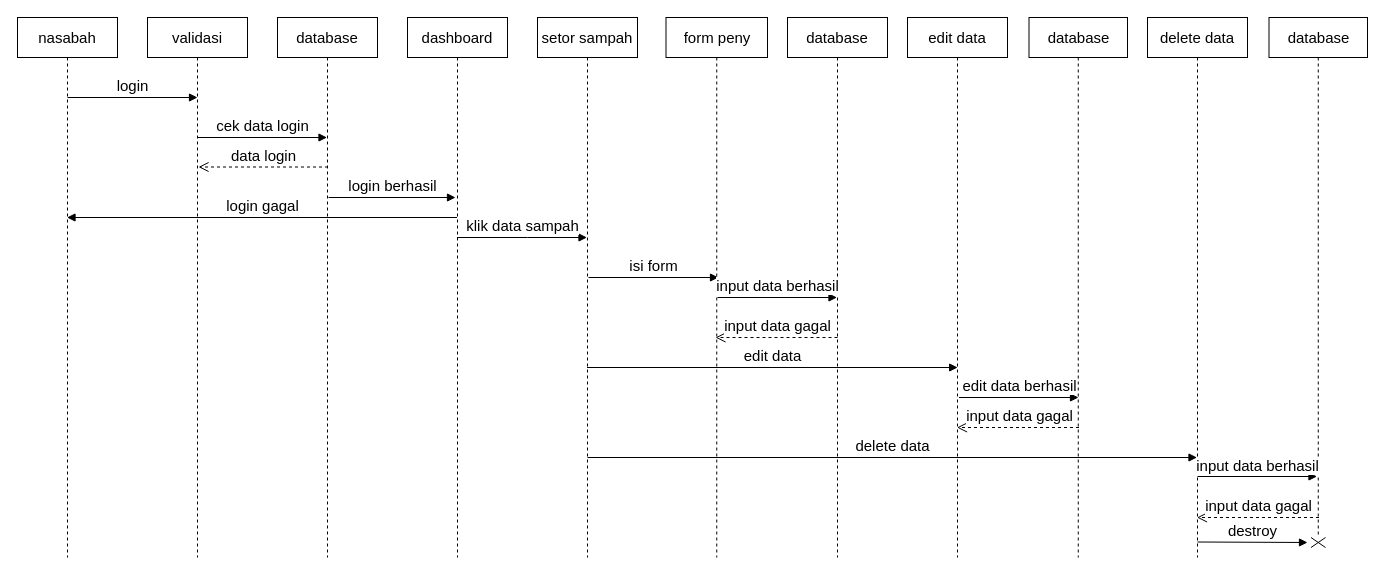
Above: page "sequence nasabah melakukan setor sampah" (9 of 12) of Untitled Diagram.drawio in dreamergirl01/uml_bankSampah (draw.io), before the change. Source tidied: cells renumbered, new cells numbered last; positions are measured from the earlier drawing's top-left corner, leaving out a move shared by most shapes. Both pictures are drawn from the tidied source at 100%, with x=0, y=0 at pixel (17, 17).
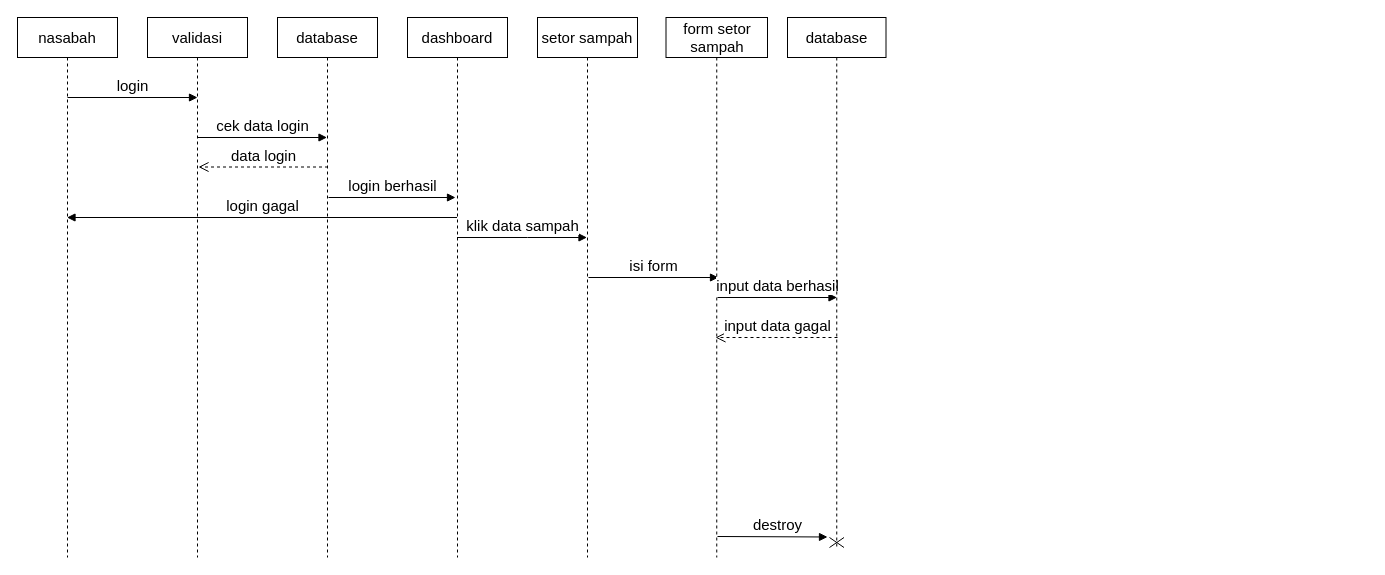
After the change.

Commit message:
activity diagram bank sampah.drawio

Unchanged cells that the change refers to:
```xml
<mxCell id="6" value="setor sampah" style="shape=umlLifeline;perimeter=lifelinePerimeter;whiteSpace=wrap;html=1;outlineConnect=0;portConstraint=eastwest;newEdgeStyle={&quot;curved&quot;:0,&quot;rounded&quot;:0};fontSize=15;" parent="1" vertex="1">
  <mxGeometry x="520" width="100" height="540" as="geometry" />
</mxCell>
```

What changed in the source:
```diff
@@
     <mxCell id="14" value="destroy" style="html=1;verticalAlign=bottom;endArrow=block;curved=0;rounded=0;fontSize=15;exitX=0.5;exitY=1;exitDx=0;exitDy=0;exitPerimeter=0;" parent="1" edge="1">
-      <mxGeometry relative="1" as="geometry">
-        <mxPoint x="1180" y="524.5" as="sourcePoint" />
-        <mxPoint x="1290" y="525" as="targetPoint" />
+      <mxGeometry x="0.09" relative="1" as="geometry">
+        <mxPoint x="700" y="519" as="sourcePoint" />
+        <mxPoint x="810" y="519.5" as="targetPoint" />
       </mxGeometry>
     </mxCell>
-    <mxCell id="15" value="form peny" style="shape=umlLifeline;perimeter=lifelinePerimeter;whiteSpace=wrap;html=1;newEdgeStyle={&quot;curved&quot;:0,&quot;rounded&quot;:0};fontSize=15;" parent="1" vertex="1">
+    <mxCell id="15" value="form setor sampah" style="shape=umlLifeline;perimeter=lifelinePerimeter;whiteSpace=wrap;html=1;newEdgeStyle={&quot;curved&quot;:0,&quot;rounded&quot;:0};fontSize=15;" parent="1" vertex="1">
       <mxGeometry x="648.5" width="101.5" height="540" as="geometry" />
     </mxCell>
-    <mxCell id="16" value="database" style="shape=umlLifeline;perimeter=lifelinePerimeter;whiteSpace=wrap;html=1;outlineConnect=0;portConstraint=eastwest;newEdgeStyle={&quot;curved&quot;:0,&quot;rounded&quot;:0};fontSize=15;" parent="1" vertex="1">
-      <mxGeometry x="770" width="100" height="540" as="geometry" />
-    </mxCell>
-    <mxCell id="17" value="input data berhasil" style="html=1;verticalAlign=bottom;endArrow=block;curved=0;rounded=0;fontSize=15;" parent="1" edge="1" target="16">
+    <mxCell id="17" value="input data berhasil" style="html=1;verticalAlign=bottom;endArrow=block;curved=0;rounded=0;fontSize=15;" parent="1" edge="1">
       <mxGeometry relative="1" as="geometry">
         <mxPoint x="700" y="280" as="sourcePoint" />
+        <mxPoint x="819.5" y="280" as="targetPoint" />
       </mxGeometry>
     </mxCell>
@@
+    <mxCell id="26" value="database" style="shape=umlLifeline;perimeter=lifelinePerimeter;whiteSpace=wrap;html=1;newEdgeStyle={&quot;curved&quot;:0,&quot;rounded&quot;:0};fontSize=15;" parent="1" vertex="1">
+      <mxGeometry x="770" width="98.5" height="530" as="geometry" />
+    </mxCell>
-    <mxCell id="19" style="shape=umlDestroy;dashed=0;targetShapes=umlLifeline;" parent="1" vertex="1">
-      <mxGeometry x="1293.5" y="520" width="14.5" height="10" as="geometry" />
+    <mxCell id="19" style="shape=umlDestroy;dashed=0;targetShapes=umlLifeline;" parent="26" vertex="1">
+      <mxGeometry x="42" y="520" width="14.5" height="10" as="geometry" />
     </mxCell>
-    <mxCell id="20" value="edit data" style="shape=umlLifeline;perimeter=lifelinePerimeter;whiteSpace=wrap;html=1;newEdgeStyle={&quot;curved&quot;:0,&quot;rounded&quot;:0};fontSize=15;" parent="1" vertex="1">
-      <mxGeometry x="890" width="100" height="540" as="geometry" />
-    </mxCell>
-    <mxCell id="21" value="database" style="shape=umlLifeline;perimeter=lifelinePerimeter;whiteSpace=wrap;html=1;newEdgeStyle={&quot;curved&quot;:0,&quot;rounded&quot;:0};fontSize=15;" parent="1" vertex="1">
-      <mxGeometry x="1011.5" width="98.5" height="540" as="geometry" />
-    </mxCell>
-    <mxCell id="22" value="edit data berhasil" style="html=1;verticalAlign=bottom;endArrow=block;curved=0;rounded=0;fontSize=15;" parent="1" edge="1">
-      <mxGeometry relative="1" as="geometry">
-        <mxPoint x="941.5" y="380" as="sourcePoint" />
-        <mxPoint x="1061" y="380" as="targetPoint" />
-      </mxGeometry>
-    </mxCell>
-    <mxCell id="23" value="input data gagal" style="html=1;verticalAlign=bottom;endArrow=open;dashed=1;endSize=8;curved=0;rounded=0;fontSize=15;" parent="1" edge="1">
-      <mxGeometry x="-0.02" relative="1" as="geometry">
-        <mxPoint x="1061.5" y="410" as="sourcePoint" />
-        <mxPoint x="939.5" y="410" as="targetPoint" />
-      </mxGeometry>
-    </mxCell>
-    <mxCell id="24" value="edit data" style="html=1;verticalAlign=bottom;endArrow=block;curved=0;rounded=0;fontSize=15;" parent="1" edge="1" source="6">
-      <mxGeometry relative="1" as="geometry">
-        <mxPoint x="940.2" y="350" as="targetPoint" />
-      </mxGeometry>
-    </mxCell>
-    <mxCell id="25" value="delete data" style="shape=umlLifeline;perimeter=lifelinePerimeter;whiteSpace=wrap;html=1;outlineConnect=0;portConstraint=eastwest;newEdgeStyle={&quot;curved&quot;:0,&quot;rounded&quot;:0};fontSize=15;" parent="1" vertex="1">
-      <mxGeometry x="1130" width="100" height="540" as="geometry" />
-    </mxCell>
-    <mxCell id="26" value="database" style="shape=umlLifeline;perimeter=lifelinePerimeter;whiteSpace=wrap;html=1;newEdgeStyle={&quot;curved&quot;:0,&quot;rounded&quot;:0};fontSize=15;" parent="1" vertex="1">
-      <mxGeometry x="1251.5" width="98.5" height="520" as="geometry" />
-    </mxCell>
-    <mxCell id="27" value="input data berhasil" style="html=1;verticalAlign=bottom;endArrow=block;curved=0;rounded=0;fontSize=15;" parent="1" edge="1">
-      <mxGeometry y="-1" relative="1" as="geometry">
-        <mxPoint x="1180" y="459" as="sourcePoint" />
-        <mxPoint x="1299.5" y="459" as="targetPoint" />
-      </mxGeometry>
-    </mxCell>
-    <mxCell id="28" value="input data gagal" style="html=1;verticalAlign=bottom;endArrow=open;dashed=1;endSize=8;curved=0;rounded=0;fontSize=15;" parent="1" edge="1">
-      <mxGeometry x="0.01" relative="1" as="geometry">
-        <mxPoint x="1301.5" y="500" as="sourcePoint" />
-        <mxPoint x="1179.5" y="500" as="targetPoint" />
-        <mxPoint x="1" as="offset" />
-      </mxGeometry>
-    </mxCell>
-    <mxCell id="29" value="delete data" style="html=1;verticalAlign=bottom;endArrow=block;curved=0;rounded=0;fontSize=15;" parent="1" edge="1" target="25">
-      <mxGeometry relative="1" as="geometry">
-        <mxPoint x="570" y="440" as="sourcePoint" />
-      </mxGeometry>
-    </mxCell>
```
